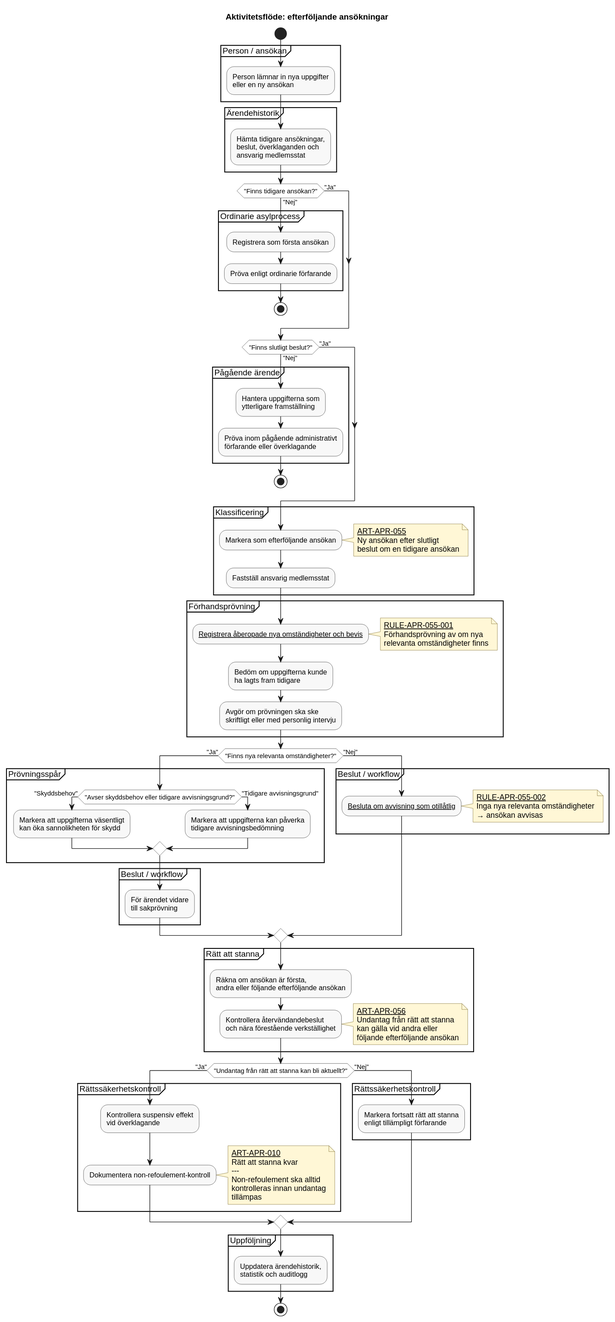
Earlier version of the PlantUML export docs/domains/asylum-procedure/diagrams/subsequent-application.svg (chrhe894/migration_pact).
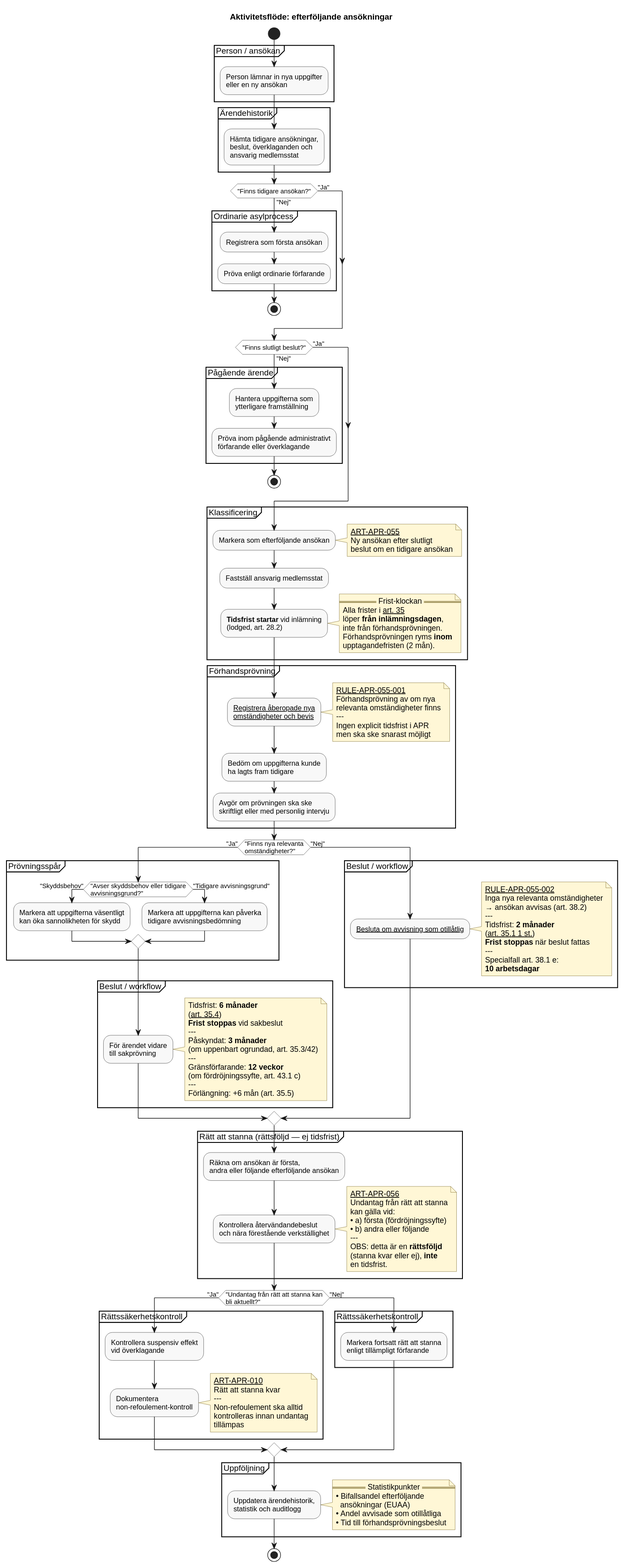
Above is the later version.

The edit, as a diff of the source:
```diff
@@ -57,14 +57,27 @@
     beslut om en tidigare ansökan
   end note
   :Fastställ ansvarig medlemsstat;
+  :**Tidsfrist startar** vid inlämning
+  (lodged, art. 28.2);
+  note right
+    == Frist-klockan ==
+    Alla frister i [[../articles/apr-035.md art. 35]]
+    löper **från inlämningsdagen**,
+    inte från förhandsprövningen.
+    Förhandsprövningen ryms **inom**
+    upptagandefristen (2 mån).
+  end note
 }
 
 partition "Förhandsprövning" {
-  :[[../rules/rule-apr-055-001.md Registrera åberopade nya omständigheter och bevis]];
+  :[[../rules/rule-apr-055-001.md Registrera åberopade nya\nomständigheter och bevis]];
   note right
     [[../rules/rule-apr-055-001.md RULE-APR-055-001]]
     Förhandsprövning av om nya
     relevanta omständigheter finns
+    ---
+    Ingen explicit tidsfrist i APR
+    men ska ske snarast möjligt
   end note
   :Bedöm om uppgifterna kunde
   ha lagts fram tidigare;
@@ -72,9 +85,9 @@
   skriftligt eller med personlig intervju;
 }
 
-if ("Finns nya relevanta omständigheter?") then ("Ja")
+if ("Finns nya relevanta\nomständigheter?") then ("Ja")
   partition "Prövningsspår" {
-    if ("Avser skyddsbehov eller tidigare avvisningsgrund?") then ("Skyddsbehov")
+    if ("Avser skyddsbehov eller tidigare\navvisningsgrund?") then ("Skyddsbehov")
       :Markera att uppgifterna väsentligt
       kan öka sannolikheten för skydd;
     else ("Tidigare avvisningsgrund")
@@ -86,6 +99,19 @@
   partition "Beslut / workflow" {
     :För ärendet vidare
     till sakprövning;
+    note right
+      Tidsfrist: **6 månader**
+      ([[../articles/apr-035.md art. 35.4]])
+      **Frist stoppas** vid sakbeslut
+      ---
+      Påskyndat: **3 månader**
+      (om uppenbart ogrundad, art. 35.3/42)
+      ---
+      Gränsförfarande: **12 veckor**
+      (om fördröjningssyfte, art. 43.1 c)
+      ---
+      Förlängning: +6 mån (art. 35.5)
+    end note
   }
 
 else ("Nej")
@@ -94,12 +120,19 @@
     note right
       [[../rules/rule-apr-055-002.md RULE-APR-055-002]]
       Inga nya relevanta omständigheter
-      → ansökan avvisas
+      → ansökan avvisas (art. 38.2)
+      ---
+      Tidsfrist: **2 månader**
+      ([[../articles/apr-035.md art. 35.1 1 st.]])
+      **Frist stoppas** när beslut fattas
+      ---
+      Specialfall art. 38.1 e:
+      **10 arbetsdagar**
     end note
   }
 endif
 
-partition "Rätt att stanna" {
+partition "Rätt att stanna (rättsföljd — ej tidsfrist)" {
   :Räkna om ansökan är första,
   andra eller följande efterföljande ansökan;
   :Kontrollera återvändandebeslut
@@ -107,16 +140,21 @@
   note right
     [[../articles/apr-056.md ART-APR-056]]
     Undantag från rätt att stanna
-    kan gälla vid andra eller
-    följande efterföljande ansökan
+    kan gälla vid:
+    • a) första (fördröjningssyfte)
+    • b) andra eller följande
+    ---
+    OBS: detta är en **rättsföljd**
+    (stanna kvar eller ej), **inte**
+    en tidsfrist.
   end note
 }
 
-if ("Undantag från rätt att stanna kan bli aktuellt?") then ("Ja")
+if ("Undantag från rätt att stanna kan\nbli aktuellt?") then ("Ja")
   partition "Rättssäkerhetskontroll" {
     :Kontrollera suspensiv effekt
     vid överklagande;
-    :Dokumentera non-refoulement-kontroll;
+    :Dokumentera\nnon-refoulement-kontroll;
     note right
       [[../articles/apr-010.md ART-APR-010]]
       Rätt att stanna kvar
@@ -136,6 +174,13 @@
 partition "Uppföljning" {
   :Uppdatera ärendehistorik,
   statistik och auditlogg;
+  note right
+    == Statistikpunkter ==
+    • Bifallsandel efterföljande
+      ansökningar (EUAA)
+    • Andel avvisade som otillåtliga
+    • Tid till förhandsprövningsbeslut
+  end note
 }
 
 stop
```
